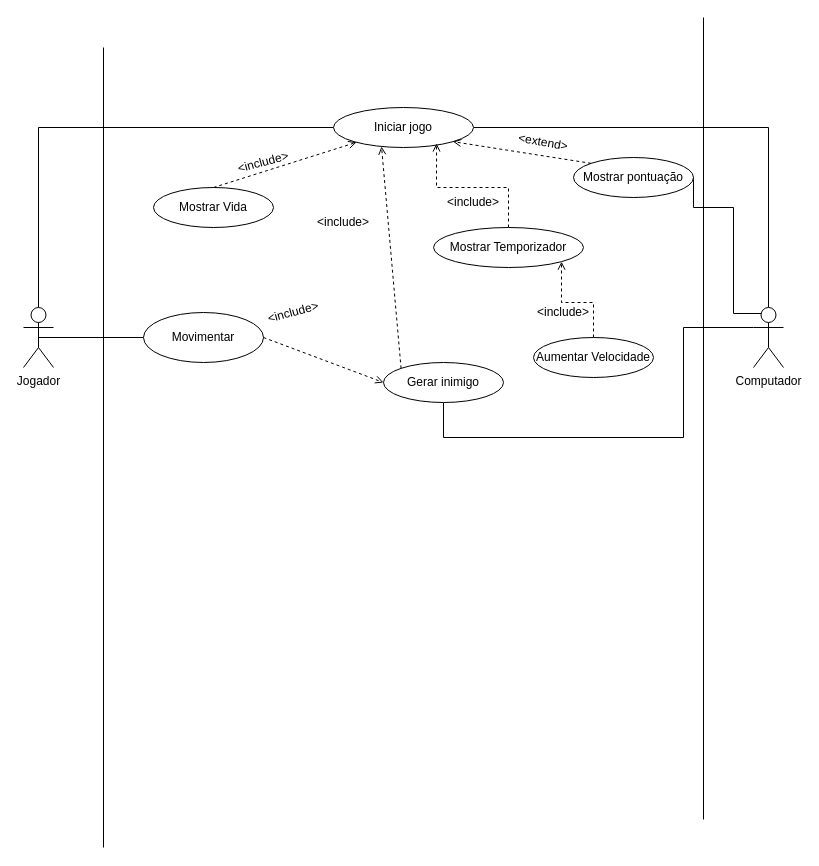
Above: Diagrama sem nome.drawio in yuritelis/atvmusica (draw.io), before the change. Source tidied: cells renumbered, new cells numbered last; positions are measured from the earlier drawing's top-left corner, leaving out a move shared by most shapes. Both pictures are drawn from the tidied source at 100%, with x=0, y=0 at pixel (23, 17).
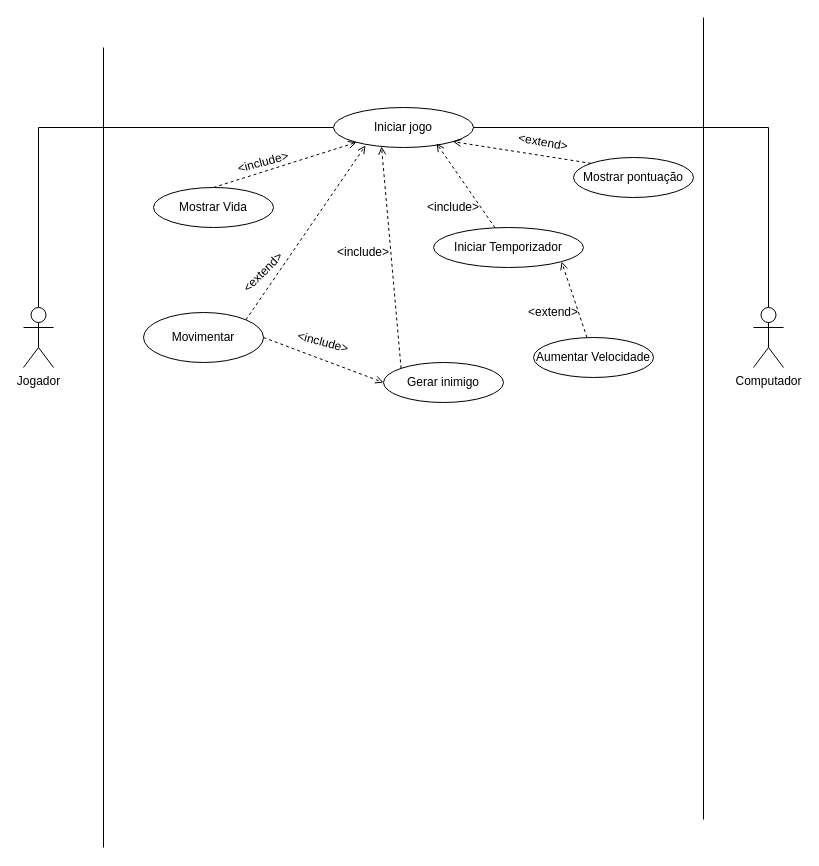
The same diagram, later.

The change refers to these unchanged cells:
```xml
<mxCell id="4" value="Jogador" style="shape=umlActor;verticalLabelPosition=bottom;verticalAlign=top;html=1;outlineConnect=0;" parent="1" vertex="1">
  <mxGeometry y="290" width="30" height="60" as="geometry" />
</mxCell>
<mxCell id="8" value="Computador" style="shape=umlActor;verticalLabelPosition=bottom;verticalAlign=top;html=1;outlineConnect=0;" parent="1" vertex="1">
  <mxGeometry x="730" y="290" width="30" height="60" as="geometry" />
</mxCell>
<mxCell id="11" value="Iniciar jogo" style="ellipse;whiteSpace=wrap;html=1;" parent="1" vertex="1">
  <mxGeometry x="310" y="90" width="140" height="40" as="geometry" />
</mxCell>
<mxCell id="12" value="Mostrar pontuação" style="ellipse;whiteSpace=wrap;html=1;" parent="1" vertex="1">
  <mxGeometry x="550" y="140" width="120" height="40" as="geometry" />
</mxCell>
<mxCell id="13" value="Gerar inimigo" style="ellipse;whiteSpace=wrap;html=1;" parent="1" vertex="1">
  <mxGeometry x="360" y="345" width="120" height="40" as="geometry" />
</mxCell>
<mxCell id="19" value="Movimentar" style="ellipse;whiteSpace=wrap;html=1;" parent="1" vertex="1">
  <mxGeometry x="120" y="295" width="120" height="50" as="geometry" />
</mxCell>
<mxCell id="22" value="Aumentar Velocidade" style="ellipse;whiteSpace=wrap;html=1;" parent="1" vertex="1">
  <mxGeometry x="510" y="320" width="120" height="40" as="geometry" />
</mxCell>
```

What changed in the source:
```diff
@@
-    <mxCell id="3" style="edgeStyle=orthogonalEdgeStyle;rounded=0;jettySize=auto;html=1;exitX=0.5;exitY=0.5;exitDx=0;exitDy=0;exitPerimeter=0;entryX=0;entryY=0.5;entryDx=0;entryDy=0;endArrow=none;endFill=0;" parent="1" edge="1" source="4" target="19">
-      <mxGeometry relative="1" as="geometry" />
-    </mxCell>
@@
-    <mxCell id="6" style="edgeStyle=orthogonalEdgeStyle;rounded=0;jettySize=auto;html=1;exitX=0;exitY=0.3333333333333333;exitDx=0;exitDy=0;exitPerimeter=0;entryX=0.5;entryY=1;entryDx=0;entryDy=0;endArrow=none;endFill=0;" parent="1" edge="1" source="8" target="13">
-      <mxGeometry relative="1" as="geometry">
-        <Array as="points">
-          <mxPoint x="660" y="310" />
-          <mxPoint x="660" y="420" />
-          <mxPoint x="420" y="420" />
-        </Array>
-      </mxGeometry>
-    </mxCell>
-    <mxCell id="7" style="edgeStyle=orthogonalEdgeStyle;rounded=0;jettySize=auto;html=1;exitX=0.25;exitY=0.1;exitDx=0;exitDy=0;exitPerimeter=0;entryX=1;entryY=0.5;entryDx=0;entryDy=0;endArrow=none;endFill=0;" parent="1" edge="1" source="8" target="12">
-      <mxGeometry relative="1" as="geometry">
-        <Array as="points">
-          <mxPoint x="710" y="296" />
-          <mxPoint x="710" y="190" />
-        </Array>
-      </mxGeometry>
-    </mxCell>
@@
+    <mxCell id="30" style="rounded=0;jettySize=auto;html=1;exitX=1;exitY=0;exitDx=0;exitDy=0;entryX=0.229;entryY=0.95;entryDx=0;entryDy=0;entryPerimeter=0;dashed=1;endArrow=open;endFill=0;" parent="1" edge="1" source="19" target="11">
+      <mxGeometry relative="1" as="geometry" />
+    </mxCell>
@@
-    <mxCell id="21" style="edgeStyle=orthogonalEdgeStyle;rounded=0;jettySize=auto;html=1;entryX=1;entryY=1;entryDx=0;entryDy=0;dashed=1;endArrow=open;endFill=0;" parent="1" edge="1" source="22" target="28">
+    <mxCell id="21" style="rounded=0;jettySize=auto;html=1;entryX=1;entryY=1;entryDx=0;entryDy=0;dashed=1;endArrow=open;endFill=0;" parent="1" edge="1" source="22" target="28">
       <mxGeometry relative="1" as="geometry" />
     </mxCell>
@@
-    <mxCell id="24" value="&amp;lt;include&amp;gt;" style="text;html=1;strokeColor=none;fillColor=none;align=center;verticalAlign=middle;whiteSpace=wrap;rounded=0;rotation=-15;" parent="1" vertex="1">
-      <mxGeometry x="240" y="280" width="60" height="30" as="geometry" />
+    <mxCell id="24" value="&amp;lt;include&amp;gt;" style="text;html=1;strokeColor=none;fillColor=none;align=center;verticalAlign=middle;whiteSpace=wrap;rounded=0;rotation=15;" parent="1" vertex="1">
+      <mxGeometry x="270" y="310" width="60" height="30" as="geometry" />
     </mxCell>
     <mxCell id="25" value="&amp;lt;include&amp;gt;" style="text;html=1;strokeColor=none;fillColor=none;align=center;verticalAlign=middle;whiteSpace=wrap;rounded=0;rotation=0;" parent="1" vertex="1">
-      <mxGeometry x="290" y="190" width="60" height="30" as="geometry" />
+      <mxGeometry x="310" y="220" width="60" height="30" as="geometry" />
     </mxCell>
     <mxCell id="26" value="&amp;lt;include&amp;gt;" style="text;html=1;strokeColor=none;fillColor=none;align=center;verticalAlign=middle;whiteSpace=wrap;rounded=0;rotation=0;" parent="1" vertex="1">
-      <mxGeometry x="420" y="170" width="60" height="30" as="geometry" />
+      <mxGeometry x="400" y="175" width="60" height="30" as="geometry" />
     </mxCell>
-    <mxCell id="27" style="edgeStyle=orthogonalEdgeStyle;rounded=0;jettySize=auto;html=1;entryX=0.736;entryY=0.9;entryDx=0;entryDy=0;entryPerimeter=0;dashed=1;endArrow=open;endFill=0;" parent="1" edge="1" source="28" target="11">
+    <mxCell id="27" style="rounded=0;jettySize=auto;html=1;entryX=0.736;entryY=0.9;entryDx=0;entryDy=0;entryPerimeter=0;dashed=1;endArrow=open;endFill=0;" parent="1" edge="1" source="28" target="11">
       <mxGeometry relative="1" as="geometry" />
     </mxCell>
-    <mxCell id="28" value="Mostrar Temporizador" style="ellipse;whiteSpace=wrap;html=1;" parent="1" vertex="1">
+    <mxCell id="28" value="Iniciar Temporizador" style="ellipse;whiteSpace=wrap;html=1;" parent="1" vertex="1">
       <mxGeometry x="410" y="210" width="150" height="40" as="geometry" />
     </mxCell>
-    <mxCell id="29" value="&amp;lt;include&amp;gt;" style="text;html=1;strokeColor=none;fillColor=none;align=center;verticalAlign=middle;whiteSpace=wrap;rounded=0;rotation=0;" parent="1" vertex="1">
-      <mxGeometry x="510" y="280" width="60" height="30" as="geometry" />
+    <mxCell id="29" value="&amp;lt;extend&amp;gt;" style="text;html=1;strokeColor=none;fillColor=none;align=center;verticalAlign=middle;whiteSpace=wrap;rounded=0;rotation=0;" parent="1" vertex="1">
+      <mxGeometry x="500" y="280" width="60" height="30" as="geometry" />
     </mxCell>
+    <mxCell id="31" value="&amp;lt;extend&amp;gt;" style="text;html=1;strokeColor=none;fillColor=none;align=center;verticalAlign=middle;whiteSpace=wrap;rounded=0;rotation=-45;" parent="1" vertex="1">
+      <mxGeometry x="210" y="240" width="60" height="30" as="geometry" />
+    </mxCell>
```
